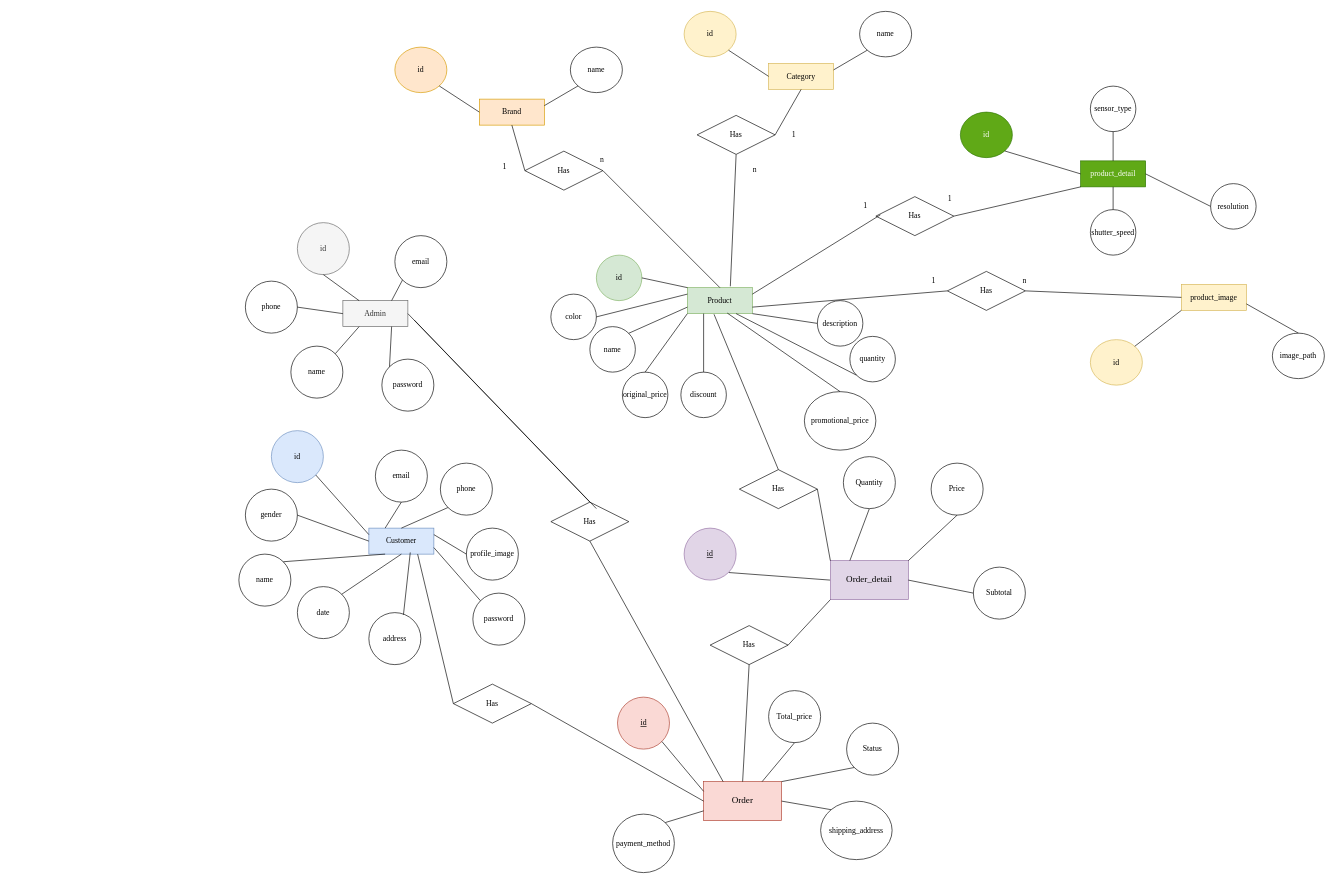
The draw.io diagram page "Page-1" (1 of 2) of CameraStore.drawio in FlashTM123/assignment, before the edit. Source tidied: cells renumbered, new cells numbered last; positions are measured from the earlier drawing's top-left corner, leaving out a move shared by most shapes. Both pictures are drawn from the tidied source at 65%, with x=0, y=0 at pixel (239, 11).
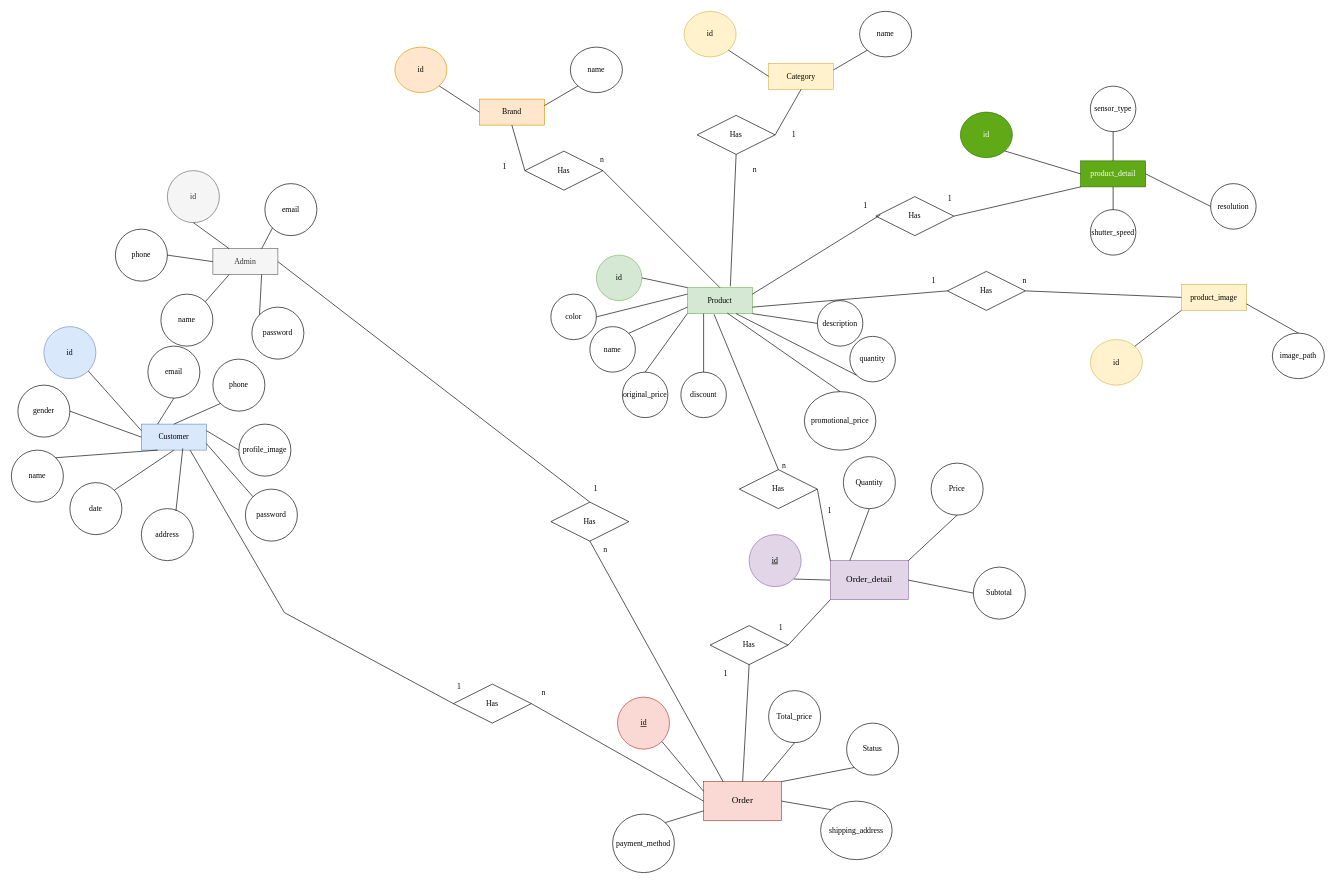
The same page after the edit.

Unchanged cells that the change refers to:
```xml
<mxCell id="101" value="Has" style="shape=rhombus;perimeter=rhombusPerimeter;whiteSpace=wrap;html=1;align=center;fontFamily=Times New Roman;" parent="1" vertex="1">
  <mxGeometry x="330" y="1035" width="120" height="60" as="geometry" />
</mxCell>
```

The edit, as a diff of the source:
```diff
@@
     <mxCell id="3" value="Admin" style="whiteSpace=wrap;html=1;align=center;fontFamily=Times New Roman;fillColor=#f5f5f5;fontColor=#333333;strokeColor=#666666;" parent="1" vertex="1">
-      <mxGeometry x="160" y="445" width="100" height="40" as="geometry" />
+      <mxGeometry x="-40" y="365" width="100" height="40" as="geometry" />
     </mxCell>
     <mxCell id="4" value="id" style="ellipse;whiteSpace=wrap;html=1;align=center;fontFamily=Times New Roman;fillColor=#f5f5f5;fontColor=#333333;strokeColor=#666666;" parent="1" vertex="1">
-      <mxGeometry x="90" y="325" width="80" height="80" as="geometry" />
+      <mxGeometry x="-110" y="245" width="80" height="80" as="geometry" />
     </mxCell>
     <mxCell id="5" value="name" style="ellipse;whiteSpace=wrap;html=1;align=center;fontFamily=Times New Roman;" parent="1" vertex="1">
-      <mxGeometry x="80" y="515" width="80" height="80" as="geometry" />
+      <mxGeometry x="-120" y="435" width="80" height="80" as="geometry" />
     </mxCell>
     <mxCell id="6" value="email" style="ellipse;whiteSpace=wrap;html=1;align=center;fontFamily=Times New Roman;" parent="1" vertex="1">
-      <mxGeometry x="240" y="345" width="80" height="80" as="geometry" />
+      <mxGeometry x="40" y="265" width="80" height="80" as="geometry" />
     </mxCell>
     <mxCell id="7" value="phone" style="ellipse;whiteSpace=wrap;html=1;align=center;fontFamily=Times New Roman;" parent="1" vertex="1">
-      <mxGeometry x="10" y="415" width="80" height="80" as="geometry" />
+      <mxGeometry x="-190" y="335" width="80" height="80" as="geometry" />
     </mxCell>
     <mxCell id="8" value="password" style="ellipse;whiteSpace=wrap;html=1;align=center;fontFamily=Times New Roman;" parent="1" vertex="1">
-      <mxGeometry x="220" y="535" width="80" height="80" as="geometry" />
+      <mxGeometry x="20" y="455" width="80" height="80" as="geometry" />
     </mxCell>
@@
     <mxCell id="14" value="Customer" style="whiteSpace=wrap;html=1;align=center;fontFamily=Times New Roman;fillColor=#dae8fc;strokeColor=#6c8ebf;" parent="1" vertex="1">
-      <mxGeometry x="200" y="795" width="100" height="40" as="geometry" />
+      <mxGeometry x="-150" y="635" width="100" height="40" as="geometry" />
     </mxCell>
     <mxCell id="15" value="id" style="ellipse;whiteSpace=wrap;html=1;align=center;fontFamily=Times New Roman;fillColor=#dae8fc;strokeColor=#6c8ebf;" parent="1" vertex="1">
-      <mxGeometry x="50" y="645" width="80" height="80" as="geometry" />
+      <mxGeometry x="-300" y="485" width="80" height="80" as="geometry" />
     </mxCell>
     <mxCell id="16" value="email" style="ellipse;whiteSpace=wrap;html=1;align=center;fontFamily=Times New Roman;" parent="1" vertex="1">
-      <mxGeometry x="210" y="675" width="80" height="80" as="geometry" />
+      <mxGeometry x="-140" y="515" width="80" height="80" as="geometry" />
     </mxCell>
     <mxCell id="17" value="phone" style="ellipse;whiteSpace=wrap;html=1;align=center;fontFamily=Times New Roman;" parent="1" vertex="1">
-      <mxGeometry x="310" y="695" width="80" height="80" as="geometry" />
+      <mxGeometry x="-40" y="535" width="80" height="80" as="geometry" />
     </mxCell>
     <mxCell id="18" value="name" style="ellipse;whiteSpace=wrap;html=1;align=center;fontFamily=Times New Roman;" parent="1" vertex="1">
-      <mxGeometry y="835" width="80" height="80" as="geometry" />
+      <mxGeometry x="-350" y="675" width="80" height="80" as="geometry" />
     </mxCell>
     <mxCell id="19" value="date" style="ellipse;whiteSpace=wrap;html=1;align=center;fontFamily=Times New Roman;" parent="1" vertex="1">
-      <mxGeometry x="90" y="885" width="80" height="80" as="geometry" />
+      <mxGeometry x="-260" y="725" width="80" height="80" as="geometry" />
     </mxCell>
     <mxCell id="20" value="password" style="ellipse;whiteSpace=wrap;html=1;align=center;fontFamily=Times New Roman;" parent="1" vertex="1">
-      <mxGeometry x="360" y="895" width="80" height="80" as="geometry" />
+      <mxGeometry x="10" y="735" width="80" height="80" as="geometry" />
     </mxCell>
     <mxCell id="21" value="profile_image" style="ellipse;whiteSpace=wrap;html=1;align=center;fontFamily=Times New Roman;" parent="1" vertex="1">
-      <mxGeometry x="350" y="795" width="80" height="80" as="geometry" />
+      <mxGeometry y="635" width="80" height="80" as="geometry" />
     </mxCell>
     <mxCell id="22" value="gender" style="ellipse;whiteSpace=wrap;html=1;align=center;fontFamily=Times New Roman;" parent="1" vertex="1">
-      <mxGeometry x="10" y="735" width="80" height="80" as="geometry" />
+      <mxGeometry x="-340" y="575" width="80" height="80" as="geometry" />
     </mxCell>
@@
     <mxCell id="93" value="&lt;u&gt;id&lt;/u&gt;" style="ellipse;whiteSpace=wrap;html=1;align=center;fontFamily=Times New Roman;fillColor=#e1d5e7;strokeColor=#9673a6;" parent="1" vertex="1">
-      <mxGeometry x="685" y="795" width="80" height="80" as="geometry" />
+      <mxGeometry x="785" y="805" width="80" height="80" as="geometry" />
     </mxCell>
@@
     <mxCell id="100" style="endArrow=none;html=1;rounded=0;entryX=0;entryY=0.5;entryDx=0;entryDy=0;exitX=0.75;exitY=1;exitDx=0;exitDy=0;" parent="1" edge="1" source="14" target="101">
-      <mxGeometry relative="1" as="geometry" />
+      <mxGeometry relative="1" as="geometry">
+        <Array as="points">
+          <mxPoint x="70" y="925" />
+        </Array>
+      </mxGeometry>
     </mxCell>
@@
-    <mxCell id="107" style="endArrow=none;html=1;rounded=0;exitX=0.5;exitY=0;exitDx=0;exitDy=0;entryX=1;entryY=0.5;entryDx=0;entryDy=0;" parent="1" edge="1">
-      <mxGeometry relative="1" as="geometry">
-        <mxPoint x="550" y="765" as="sourcePoint" />
-        <mxPoint x="270" y="475" as="targetPoint" />
-      </mxGeometry>
-    </mxCell>
@@
     <mxCell id="124" value="address" style="ellipse;whiteSpace=wrap;html=1;align=center;fontFamily=Times New Roman;" parent="1" vertex="1">
-      <mxGeometry x="200" y="925" width="80" height="80" as="geometry" />
+      <mxGeometry x="-150" y="765" width="80" height="80" as="geometry" />
     </mxCell>
@@
+    <mxCell id="126" value="1" style="text;strokeColor=none;fillColor=none;spacingLeft=4;spacingRight=4;overflow=hidden;fontSize=12;whiteSpace=wrap;html=1;fontFamily=Times New Roman;" parent="1" vertex="1">
+      <mxGeometry x="540" y="720" width="40" height="30" as="geometry" />
+    </mxCell>
+    <mxCell id="127" value="n" style="text;strokeColor=none;fillColor=none;spacingLeft=4;spacingRight=4;overflow=hidden;fontSize=12;whiteSpace=wrap;html=1;fontFamily=Times New Roman;" parent="1" vertex="1">
+      <mxGeometry x="555" y="815" width="40" height="30" as="geometry" />
+    </mxCell>
+    <mxCell id="128" value="1" style="text;strokeColor=none;fillColor=none;spacingLeft=4;spacingRight=4;overflow=hidden;fontSize=12;whiteSpace=wrap;html=1;fontFamily=Times New Roman;" parent="1" vertex="1">
+      <mxGeometry x="330" y="1025" width="40" height="30" as="geometry" />
+    </mxCell>
+    <mxCell id="129" value="n" style="text;strokeColor=none;fillColor=none;spacingLeft=4;spacingRight=4;overflow=hidden;fontSize=12;whiteSpace=wrap;html=1;fontFamily=Times New Roman;" parent="1" vertex="1">
+      <mxGeometry x="460" y="1035" width="40" height="30" as="geometry" />
+    </mxCell>
+    <mxCell id="130" value="1" style="text;strokeColor=none;fillColor=none;spacingLeft=4;spacingRight=4;overflow=hidden;fontSize=12;whiteSpace=wrap;html=1;fontFamily=Times New Roman;" parent="1" vertex="1">
+      <mxGeometry x="740" y="1005" width="40" height="30" as="geometry" />
+    </mxCell>
+    <mxCell id="131" value="1" style="text;strokeColor=none;fillColor=none;spacingLeft=4;spacingRight=4;overflow=hidden;fontSize=12;whiteSpace=wrap;html=1;fontFamily=Times New Roman;" parent="1" vertex="1">
+      <mxGeometry x="825" y="935" width="40" height="30" as="geometry" />
+    </mxCell>
+    <mxCell id="132" value="1" style="text;strokeColor=none;fillColor=none;spacingLeft=4;spacingRight=4;overflow=hidden;fontSize=12;whiteSpace=wrap;html=1;fontFamily=Times New Roman;" parent="1" vertex="1">
+      <mxGeometry x="900" y="755" width="40" height="30" as="geometry" />
+    </mxCell>
+    <mxCell id="133" value="n" style="text;strokeColor=none;fillColor=none;spacingLeft=4;spacingRight=4;overflow=hidden;fontSize=12;whiteSpace=wrap;html=1;fontFamily=Times New Roman;" parent="1" vertex="1">
+      <mxGeometry x="830" y="685" width="40" height="30" as="geometry" />
+    </mxCell>
```
